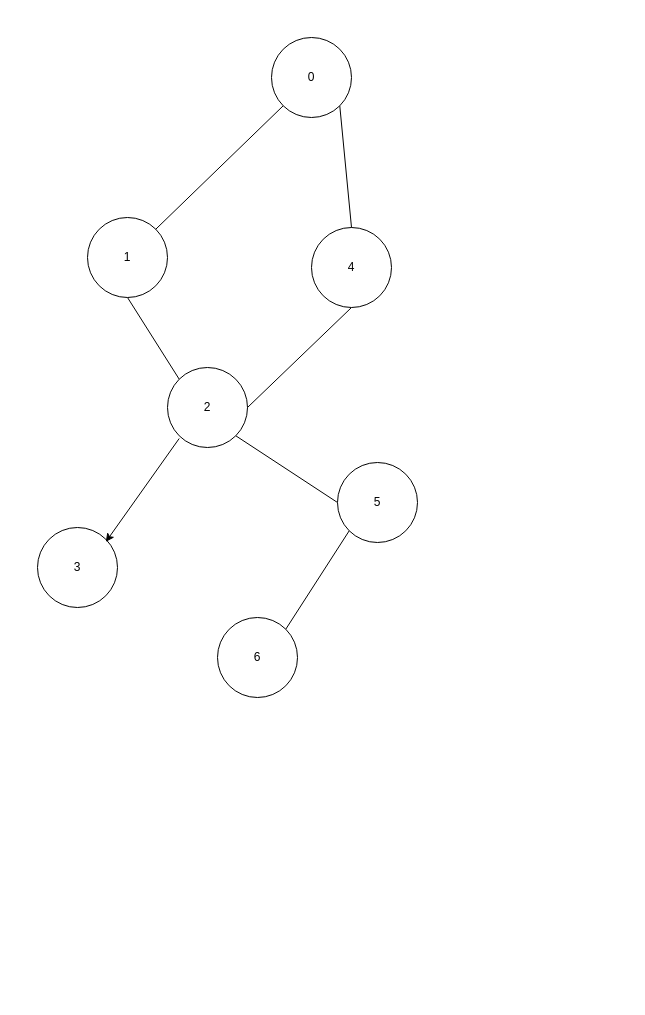
The draw.io diagram graph.drawio in killsmm/TrainSysSimulator, before the edit. Source tidied: cells renumbered, new cells numbered last; positions are measured from the earlier drawing's top-left corner, leaving out a move shared by most shapes. Both pictures are drawn from the tidied source at 100%, with x=0, y=0 at pixel (37, 37).
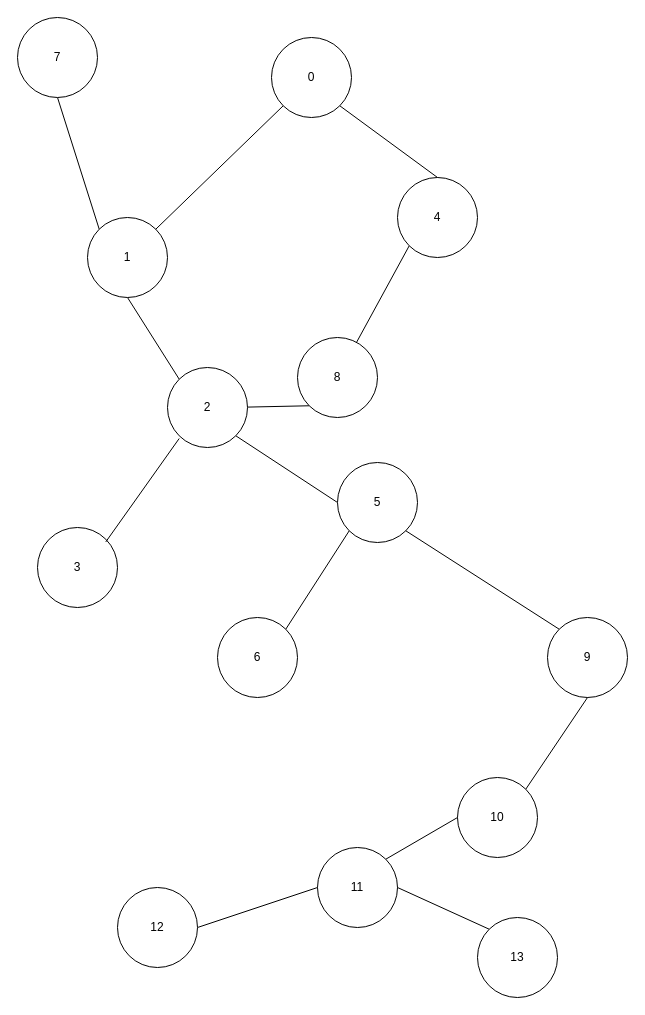
After the change.

The change refers to these unchanged cells:
```xml
<mxCell id="3" value="1" style="ellipse;whiteSpace=wrap;html=1;" parent="1" vertex="1">
  <mxGeometry x="50" y="180" width="80" height="80" as="geometry" />
</mxCell>
<mxCell id="5" value="2" style="ellipse;whiteSpace=wrap;html=1;" parent="1" vertex="1">
  <mxGeometry x="130" y="330" width="80" height="80" as="geometry" />
</mxCell>
<mxCell id="9" value="5" style="ellipse;whiteSpace=wrap;html=1;" parent="1" vertex="1">
  <mxGeometry x="300" y="425" width="80" height="80" as="geometry" />
</mxCell>
```

The edit, as a diff of the source:
```diff
@@
+    <mxCell id="16" style="edgeStyle=none;html=1;exitX=0;exitY=0;exitDx=0;exitDy=0;entryX=0.5;entryY=1;entryDx=0;entryDy=0;endArrow=none;endFill=0;" parent="1" edge="1" source="3" target="18">
+      <mxGeometry relative="1" as="geometry" />
+    </mxCell>
@@
-    <mxCell id="6" style="edgeStyle=none;html=1;exitX=0.5;exitY=1;exitDx=0;exitDy=0;entryX=1;entryY=0.5;entryDx=0;entryDy=0;endArrow=none;endFill=0;" parent="1" edge="1" source="7" target="5">
-      <mxGeometry relative="1" as="geometry" />
-    </mxCell>
+    <mxCell id="17" style="edgeStyle=none;html=1;exitX=0;exitY=1;exitDx=0;exitDy=0;endArrow=none;endFill=0;" parent="1" edge="1" source="7" target="20">
+      <mxGeometry relative="1" as="geometry" />
+    </mxCell>
     <mxCell id="7" value="4" style="ellipse;whiteSpace=wrap;html=1;" parent="1" vertex="1">
-      <mxGeometry x="274" y="190" width="80" height="80" as="geometry" />
+      <mxGeometry x="360" y="140" width="80" height="80" as="geometry" />
     </mxCell>
@@
-    <mxCell id="15" style="html=1;exitX=0;exitY=1;exitDx=0;exitDy=0;entryX=1;entryY=0;entryDx=0;entryDy=0;" parent="1" edge="1">
+    <mxCell id="15" style="html=1;exitX=0;exitY=1;exitDx=0;exitDy=0;entryX=1;entryY=0;entryDx=0;entryDy=0;endArrow=none;endFill=0;" parent="1" edge="1">
       <mxGeometry relative="1" as="geometry">
         <mxPoint x="141.7" y="401" as="sourcePoint" />
         <mxPoint x="68.3" y="504.4" as="targetPoint" />
       </mxGeometry>
     </mxCell>
+    <mxCell id="18" value="7" style="ellipse;whiteSpace=wrap;html=1;" parent="1" vertex="1">
+      <mxGeometry x="-20" y="-20" width="80" height="80" as="geometry" />
+    </mxCell>
+    <mxCell id="19" style="edgeStyle=none;html=1;exitX=0;exitY=1;exitDx=0;exitDy=0;endArrow=none;endFill=0;" parent="1" edge="1" source="20" target="5">
+      <mxGeometry relative="1" as="geometry" />
+    </mxCell>
+    <mxCell id="20" value="8" style="ellipse;whiteSpace=wrap;html=1;" parent="1" vertex="1">
+      <mxGeometry x="260" y="300" width="80" height="80" as="geometry" />
+    </mxCell>
+    <mxCell id="21" style="edgeStyle=none;html=1;exitX=0;exitY=0;exitDx=0;exitDy=0;entryX=1;entryY=1;entryDx=0;entryDy=0;endArrow=none;endFill=0;" parent="1" edge="1" source="22" target="9">
+      <mxGeometry relative="1" as="geometry" />
+    </mxCell>
+    <mxCell id="22" value="9" style="ellipse;whiteSpace=wrap;html=1;" parent="1" vertex="1">
+      <mxGeometry x="510" y="580" width="80" height="80" as="geometry" />
+    </mxCell>
+    <mxCell id="23" style="edgeStyle=none;html=1;exitX=1;exitY=0;exitDx=0;exitDy=0;entryX=0.5;entryY=1;entryDx=0;entryDy=0;endArrow=none;endFill=0;" parent="1" edge="1" source="24" target="22">
+      <mxGeometry relative="1" as="geometry" />
+    </mxCell>
+    <mxCell id="24" value="10" style="ellipse;whiteSpace=wrap;html=1;" parent="1" vertex="1">
+      <mxGeometry x="420" y="740" width="80" height="80" as="geometry" />
+    </mxCell>
+    <mxCell id="25" style="edgeStyle=none;html=1;exitX=1;exitY=0;exitDx=0;exitDy=0;entryX=0;entryY=0.5;entryDx=0;entryDy=0;endArrow=none;endFill=0;" parent="1" edge="1" source="26" target="24">
+      <mxGeometry relative="1" as="geometry" />
+    </mxCell>
+    <mxCell id="26" value="11" style="ellipse;whiteSpace=wrap;html=1;" parent="1" vertex="1">
+      <mxGeometry x="280" y="810" width="80" height="80" as="geometry" />
+    </mxCell>
+    <mxCell id="27" style="edgeStyle=none;html=1;exitX=1;exitY=0.5;exitDx=0;exitDy=0;entryX=0;entryY=0.5;entryDx=0;entryDy=0;endArrow=none;endFill=0;" parent="1" edge="1" source="28" target="26">
+      <mxGeometry relative="1" as="geometry" />
+    </mxCell>
+    <mxCell id="28" value="12" style="ellipse;whiteSpace=wrap;html=1;" parent="1" vertex="1">
+      <mxGeometry x="80" y="850" width="80" height="80" as="geometry" />
+    </mxCell>
+    <mxCell id="29" style="edgeStyle=none;html=1;exitX=0;exitY=0;exitDx=0;exitDy=0;entryX=1;entryY=0.5;entryDx=0;entryDy=0;endArrow=none;endFill=0;" parent="1" edge="1" source="30" target="26">
+      <mxGeometry relative="1" as="geometry" />
+    </mxCell>
+    <mxCell id="30" value="13" style="ellipse;whiteSpace=wrap;html=1;" parent="1" vertex="1">
+      <mxGeometry x="440" y="880" width="80" height="80" as="geometry" />
+    </mxCell>
```
